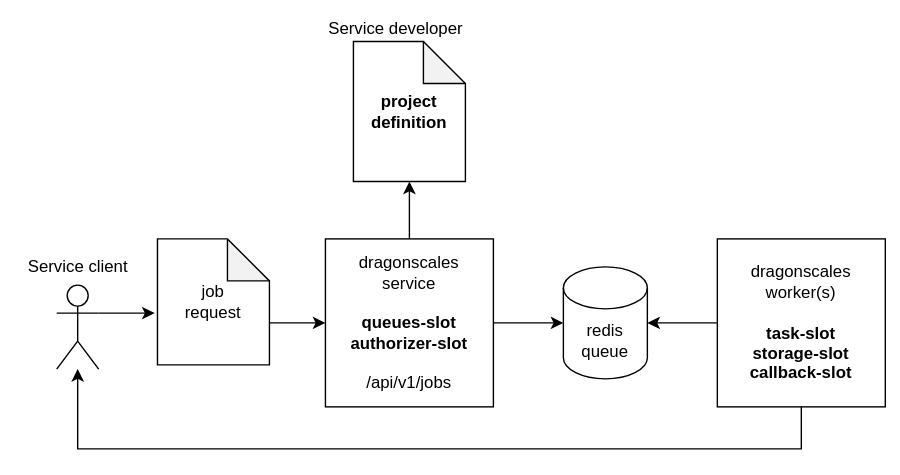
Before: data/diagram.svg, a diagram exported from draw.io (sorcero/dragonscales). Source tidied: cells renumbered, new cells last; positions are measured from the earlier drawing's top-left corner, leaving out a move shared by most shapes. Source of this version:
```xml
<mxGraphModel>
  <root>
    <mxCell id="0" />
    <mxCell id="1" parent="0" />
    <mxCell id="2" style="edgeStyle=orthogonalEdgeStyle;rounded=0;jettySize=auto;html=1;exitX=1;exitY=0.3333333333333333;exitDx=0;exitDy=0;exitPerimeter=0;entryX=-0.025;entryY=0.589;entryDx=0;entryDy=0;entryPerimeter=0;" parent="1" edge="1" source="3" target="13">
      <mxGeometry relative="1" as="geometry" />
    </mxCell>
    <mxCell id="3" style="shape=umlActor;verticalLabelPosition=bottom;verticalAlign=top;html=1;outlineConnect=0;" parent="1" vertex="1">
      <mxGeometry x="30" y="193" width="30" height="60" as="geometry" />
    </mxCell>
    <mxCell id="4" style="edgeStyle=orthogonalEdgeStyle;rounded=0;jettySize=auto;html=1;exitX=1;exitY=0.5;exitDx=0;exitDy=0;" parent="1" edge="1" source="6" target="7">
      <mxGeometry relative="1" as="geometry" />
    </mxCell>
    <mxCell id="5" style="edgeStyle=orthogonalEdgeStyle;rounded=0;jettySize=auto;html=1;exitX=0.5;exitY=0;exitDx=0;exitDy=0;entryX=0.5;entryY=1;entryDx=0;entryDy=0;entryPerimeter=0;" parent="1" edge="1" source="6" target="11">
      <mxGeometry relative="1" as="geometry" />
    </mxCell>
    <mxCell id="6" value="dragonscales&lt;br&gt;service&lt;br&gt;&lt;br&gt;&lt;b&gt;queues-slot&lt;/b&gt;&lt;br&gt;&lt;b&gt;authorizer-slot&lt;/b&gt;&lt;br&gt;&lt;br&gt;/api/v1/jobs" style="rounded=0;whiteSpace=wrap;html=1;" parent="1" vertex="1">
      <mxGeometry x="222" y="160" width="120" height="120" as="geometry" />
    </mxCell>
    <mxCell id="7" value="redis queue" style="shape=cylinder3;whiteSpace=wrap;html=1;boundedLbl=1;backgroundOutline=1;size=15;" parent="1" vertex="1">
      <mxGeometry x="392" y="180" width="60" height="80" as="geometry" />
    </mxCell>
    <mxCell id="8" style="edgeStyle=orthogonalEdgeStyle;rounded=0;jettySize=auto;html=1;exitX=0;exitY=0.5;exitDx=0;exitDy=0;entryX=1;entryY=0.5;entryDx=0;entryDy=0;entryPerimeter=0;" parent="1" edge="1" source="10" target="7">
      <mxGeometry relative="1" as="geometry" />
    </mxCell>
    <mxCell id="9" style="edgeStyle=orthogonalEdgeStyle;rounded=0;jettySize=auto;html=1;exitX=0.5;exitY=1;exitDx=0;exitDy=0;" parent="1" edge="1" source="10" target="3">
      <mxGeometry relative="1" as="geometry">
        <Array as="points">
          <mxPoint x="562" y="310" />
          <mxPoint x="45" y="310" />
        </Array>
      </mxGeometry>
    </mxCell>
    <mxCell id="10" value="dragonscales&lt;br&gt;worker(s)&lt;br&gt;&lt;br&gt;&lt;b&gt;task-slot&lt;/b&gt;&lt;br&gt;&lt;b&gt;storage-slot&lt;/b&gt;&lt;br&gt;&lt;b&gt;callback-slot&lt;/b&gt;" style="rounded=0;whiteSpace=wrap;html=1;" parent="1" vertex="1">
      <mxGeometry x="502" y="160" width="120" height="120" as="geometry" />
    </mxCell>
    <mxCell id="11" value="&lt;b&gt;project&lt;br&gt;definition&lt;/b&gt;" style="shape=note;whiteSpace=wrap;html=1;backgroundOutline=1;darkOpacity=0.05;" parent="1" vertex="1">
      <mxGeometry x="242" y="19" width="80" height="100" as="geometry" />
    </mxCell>
    <mxCell id="12" style="edgeStyle=orthogonalEdgeStyle;rounded=0;jettySize=auto;html=1;exitX=0;exitY=0;exitDx=80;exitDy=60;exitPerimeter=0;entryX=0;entryY=0.5;entryDx=0;entryDy=0;" parent="1" edge="1" source="13" target="6">
      <mxGeometry relative="1" as="geometry" />
    </mxCell>
    <mxCell id="13" value="job&lt;br&gt;request" style="shape=note;whiteSpace=wrap;html=1;backgroundOutline=1;darkOpacity=0.05;" parent="1" vertex="1">
      <mxGeometry x="102" y="160" width="80" height="90" as="geometry" />
    </mxCell>
    <mxCell id="14" value="Service client" style="text;html=1;align=center;verticalAlign=middle;strokeColor=none;fillColor=none;" parent="1" vertex="1">
      <mxGeometry y="170" width="90" height="20" as="geometry" />
    </mxCell>
    <mxCell id="15" value="Service developer" style="text;html=1;align=center;verticalAlign=middle;strokeColor=none;fillColor=none;" parent="1" vertex="1">
      <mxGeometry x="217" width="110" height="20" as="geometry" />
    </mxCell>
  </root>
</mxGraphModel>
```
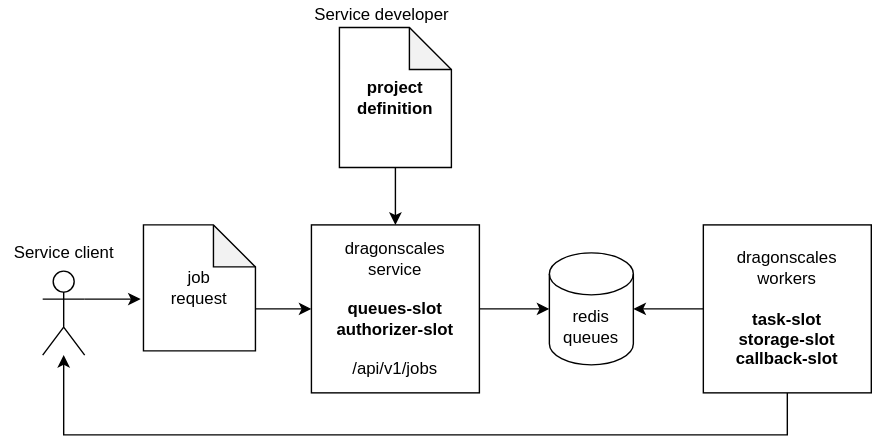
The same file after the commit.

The edit, as a diff of the source:
```diff
@@ -11,13 +11,13 @@
     <mxCell id="4" style="edgeStyle=orthogonalEdgeStyle;rounded=0;jettySize=auto;html=1;exitX=1;exitY=0.5;exitDx=0;exitDy=0;" parent="1" edge="1" source="6" target="7">
       <mxGeometry relative="1" as="geometry" />
     </mxCell>
-    <mxCell id="5" style="edgeStyle=orthogonalEdgeStyle;rounded=0;jettySize=auto;html=1;exitX=0.5;exitY=0;exitDx=0;exitDy=0;entryX=0.5;entryY=1;entryDx=0;entryDy=0;entryPerimeter=0;" parent="1" edge="1" source="6" target="11">
+    <mxCell id="5" style="edgeStyle=orthogonalEdgeStyle;rounded=0;jettySize=auto;html=1;exitX=0.5;exitY=1;exitDx=0;exitDy=0;exitPerimeter=0;entryX=0.5;entryY=0;entryDx=0;entryDy=0;" parent="1" edge="1" source="11" target="6">
       <mxGeometry relative="1" as="geometry" />
     </mxCell>
     <mxCell id="6" value="dragonscales&lt;br&gt;service&lt;br&gt;&lt;br&gt;&lt;b&gt;queues-slot&lt;/b&gt;&lt;br&gt;&lt;b&gt;authorizer-slot&lt;/b&gt;&lt;br&gt;&lt;br&gt;/api/v1/jobs" style="rounded=0;whiteSpace=wrap;html=1;" parent="1" vertex="1">
       <mxGeometry x="222" y="160" width="120" height="120" as="geometry" />
     </mxCell>
-    <mxCell id="7" value="redis queue" style="shape=cylinder3;whiteSpace=wrap;html=1;boundedLbl=1;backgroundOutline=1;size=15;" parent="1" vertex="1">
+    <mxCell id="7" value="redis queues" style="shape=cylinder3;whiteSpace=wrap;html=1;boundedLbl=1;backgroundOutline=1;size=15;" parent="1" vertex="1">
       <mxGeometry x="392" y="180" width="60" height="80" as="geometry" />
     </mxCell>
     <mxCell id="8" style="edgeStyle=orthogonalEdgeStyle;rounded=0;jettySize=auto;html=1;exitX=0;exitY=0.5;exitDx=0;exitDy=0;entryX=1;entryY=0.5;entryDx=0;entryDy=0;entryPerimeter=0;" parent="1" edge="1" source="10" target="7">
@@ -31,7 +31,7 @@
         </Array>
       </mxGeometry>
     </mxCell>
-    <mxCell id="10" value="dragonscales&lt;br&gt;worker(s)&lt;br&gt;&lt;br&gt;&lt;b&gt;task-slot&lt;/b&gt;&lt;br&gt;&lt;b&gt;storage-slot&lt;/b&gt;&lt;br&gt;&lt;b&gt;callback-slot&lt;/b&gt;" style="rounded=0;whiteSpace=wrap;html=1;" parent="1" vertex="1">
+    <mxCell id="10" value="dragonscales&lt;br&gt;workers&lt;br&gt;&lt;br&gt;&lt;b&gt;task-slot&lt;/b&gt;&lt;br&gt;&lt;b&gt;storage-slot&lt;/b&gt;&lt;br&gt;&lt;b&gt;callback-slot&lt;/b&gt;" style="rounded=0;whiteSpace=wrap;html=1;" parent="1" vertex="1">
       <mxGeometry x="502" y="160" width="120" height="120" as="geometry" />
     </mxCell>
     <mxCell id="11" value="&lt;b&gt;project&lt;br&gt;definition&lt;/b&gt;" style="shape=note;whiteSpace=wrap;html=1;backgroundOutline=1;darkOpacity=0.05;" parent="1" vertex="1">
```
